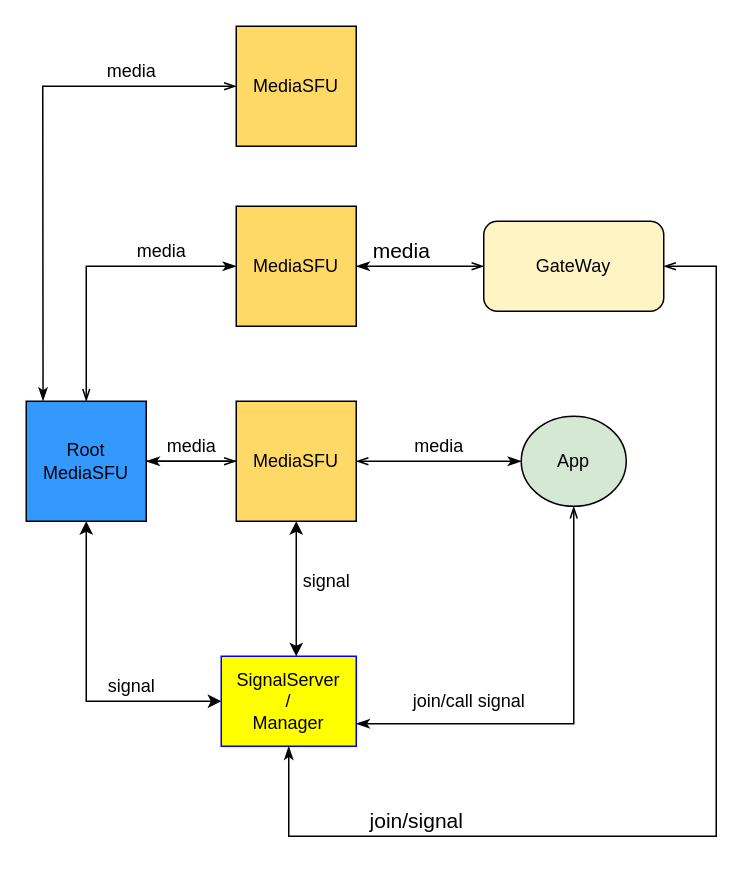
Earlier version of the draw.io diagram poc2.drawio (xibeidong/DrawIO). Source tidied: cells renumbered, new cells numbered last; positions are measured from the earlier drawing's top-left corner, leaving out a move shared by most shapes. Both pictures are drawn from the tidied source at 150%, with x=0, y=0 at pixel (26, 26).
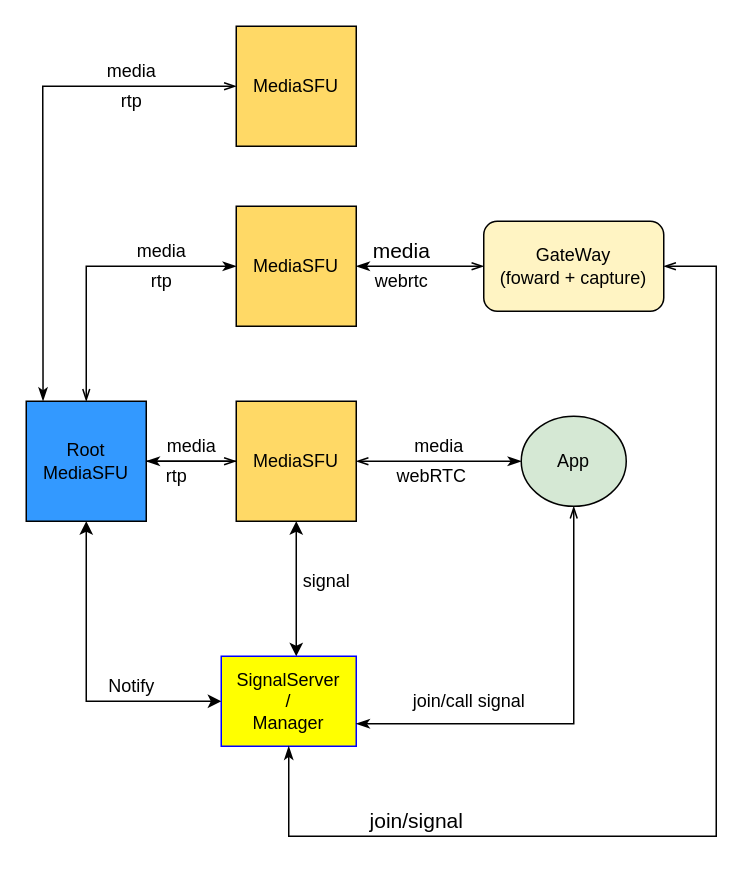
The same diagram, later.

Change to the diagram source:
```diff
@@
-    <mxCell id="9" value="GateWay" style="rounded=1;whiteSpace=wrap;html=1;fillColor=#FFF4C3;" parent="1" vertex="1">
+    <mxCell id="9" value="GateWay&lt;br&gt;(foward + capture)" style="rounded=1;whiteSpace=wrap;html=1;fillColor=#FFF4C3;" parent="1" vertex="1">
       <mxGeometry x="305" y="130" width="120" height="60" as="geometry" />
     </mxCell>
@@
-    <mxCell id="27" value="signal" style="text;html=1;align=center;verticalAlign=middle;strokeColor=none;fillColor=none;" parent="1" vertex="1">
+    <mxCell id="27" value="Notify" style="text;html=1;align=center;verticalAlign=middle;strokeColor=none;fillColor=none;" parent="1" vertex="1">
       <mxGeometry x="45" y="430" width="50" height="20" as="geometry" />
     </mxCell>
+    <mxCell id="28" value="rtp" style="text;html=1;align=center;verticalAlign=middle;strokeColor=none;fillColor=none;" parent="1" vertex="1">
+      <mxGeometry x="85" y="290" width="30" height="20" as="geometry" />
+    </mxCell>
+    <mxCell id="29" value="rtp" style="text;html=1;align=center;verticalAlign=middle;strokeColor=none;fillColor=none;" parent="1" vertex="1">
+      <mxGeometry x="75" y="160" width="30" height="20" as="geometry" />
+    </mxCell>
+    <mxCell id="30" value="rtp" style="text;html=1;align=center;verticalAlign=middle;strokeColor=none;fillColor=none;" parent="1" vertex="1">
+      <mxGeometry x="55" y="40" width="30" height="20" as="geometry" />
+    </mxCell>
+    <mxCell id="31" value="webrtc" style="text;html=1;align=center;verticalAlign=middle;strokeColor=none;fillColor=none;" parent="1" vertex="1">
+      <mxGeometry x="225" y="160" width="50" height="20" as="geometry" />
+    </mxCell>
+    <mxCell id="32" value="webRTC" style="text;html=1;align=center;verticalAlign=middle;strokeColor=none;fillColor=none;" parent="1" vertex="1">
+      <mxGeometry x="240" y="290" width="60" height="20" as="geometry" />
+    </mxCell>
```
